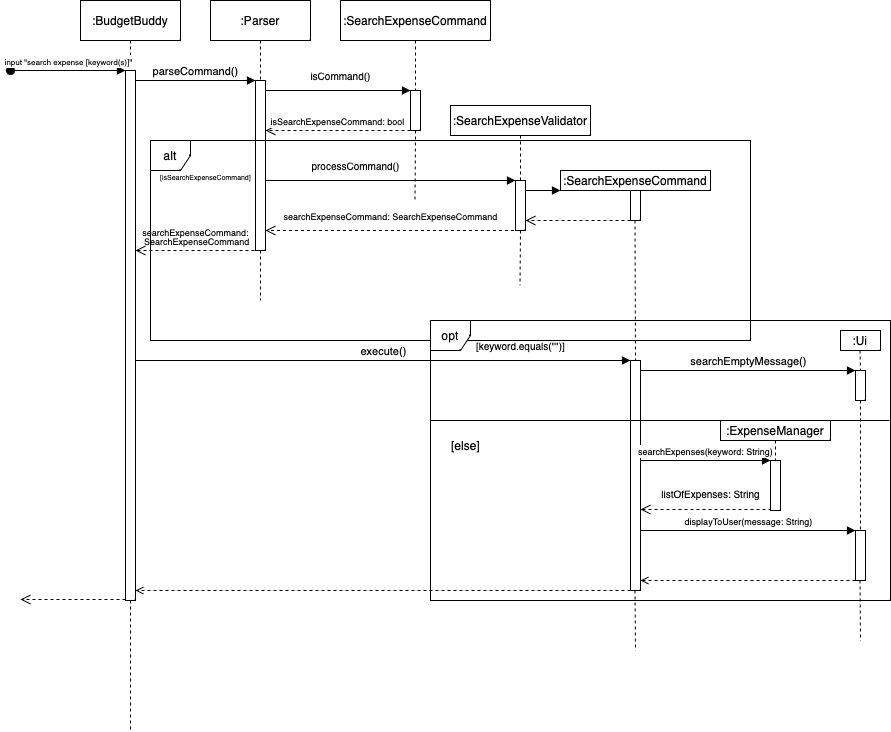
telferang/tp keeps this draw.io diagram as docs/diagrams/SearchExpenseSequenceDiagram.drawio.png. Above is the earlier version. Source tidied: cells renumbered, new cells last; positions are measured from the earlier drawing's top-left corner, leaving out a move shared by most shapes.
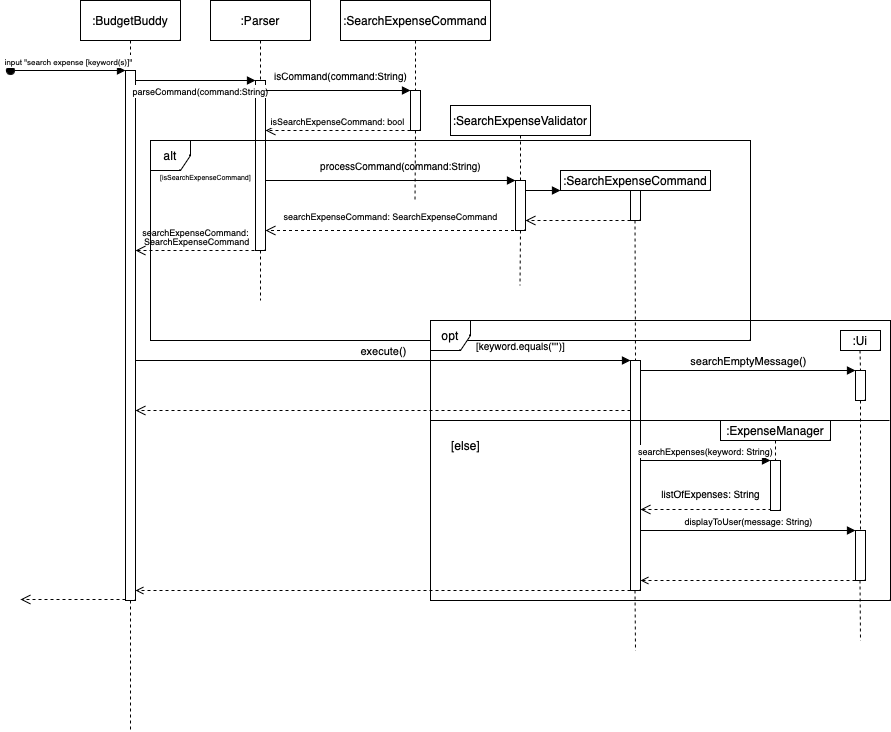
After the change.

Commit message:
Add documentation for display savings feature in DG Update SearchExpense sequence diagram

The edit, as a diff of the source:
```diff
@@ -14,8 +14,8 @@
     <mxCell id="5" style="html=1;points=[];perimeter=orthogonalPerimeter;outlineConnect=0;targetShapes=umlLifeline;portConstraint=eastwest;newEdgeStyle={&quot;edgeStyle&quot;:&quot;elbowEdgeStyle&quot;,&quot;elbow&quot;:&quot;vertical&quot;,&quot;curved&quot;:0,&quot;rounded&quot;:0};" parent="4" vertex="1">
       <mxGeometry x="45" y="70" width="10" height="530" as="geometry" />
     </mxCell>
-    <mxCell id="6" value="parseCommand()" style="html=1;verticalAlign=bottom;endArrow=block;edgeStyle=elbowEdgeStyle;elbow=horizontal;curved=0;rounded=0;" parent="1" edge="1" source="5" target="3">
-      <mxGeometry relative="1" as="geometry">
+    <mxCell id="6" value="&lt;font style=&quot;font-size: 9px;&quot;&gt;parseCommand(command:String)&lt;/font&gt;" style="html=1;verticalAlign=bottom;endArrow=block;edgeStyle=elbowEdgeStyle;elbow=horizontal;curved=0;rounded=0;" parent="1" edge="1" source="5" target="3">
+      <mxGeometry x="0.08" y="-20" relative="1" as="geometry">
         <Array as="points">
           <mxPoint x="210" y="80" />
         </Array>
@@ -64,8 +64,8 @@
     <mxCell id="16" style="endArrow=none;dashed=1;html=1;rounded=0;exitX=0.5;exitY=1;exitDx=0;exitDy=0;entryX=0.5;entryY=0;entryDx=0;entryDy=0;" parent="1" edge="1" source="7" target="15">
       <mxGeometry relative="1" as="geometry" />
     </mxCell>
-    <mxCell id="17" value="&lt;font style=&quot;font-size: 10px;&quot;&gt;isCommand()&lt;/font&gt;" style="text;html=1;align=center;verticalAlign=middle;strokeColor=none;fillColor=none;" parent="1" vertex="1">
-      <mxGeometry x="290" y="60" width="80" height="30" as="geometry" />
+    <mxCell id="17" value="&lt;font style=&quot;font-size: 10px;&quot;&gt;isCommand(command:String)&lt;/font&gt;" style="text;html=1;align=center;verticalAlign=middle;strokeColor=none;fillColor=none;" parent="1" vertex="1">
+      <mxGeometry x="250" y="60" width="160" height="30" as="geometry" />
     </mxCell>
     <mxCell id="18" value=":SearchExpenseValidator" style="rounded=0;whiteSpace=wrap;html=1;" parent="1" vertex="1">
       <mxGeometry x="440" y="105" width="140" height="30" as="geometry" />
@@ -87,8 +87,8 @@
         </Array>
       </mxGeometry>
     </mxCell>
-    <mxCell id="22" value="&lt;font style=&quot;font-size: 10px;&quot;&gt;processCommand()&lt;/font&gt;" style="text;html=1;align=center;verticalAlign=middle;strokeColor=none;fillColor=none;" parent="1" vertex="1">
-      <mxGeometry x="290" y="150" width="110" height="30" as="geometry" />
+    <mxCell id="22" value="&lt;font style=&quot;font-size: 10px;&quot;&gt;processCommand(command:String)&lt;/font&gt;" style="text;html=1;align=center;verticalAlign=middle;strokeColor=none;fillColor=none;" parent="1" vertex="1">
+      <mxGeometry x="300" y="150" width="180" height="30" as="geometry" />
     </mxCell>
     <mxCell id="23" value=":SearchExpenseCommand" style="rounded=0;whiteSpace=wrap;html=1;" parent="1" vertex="1">
       <mxGeometry x="550" y="170" width="150" height="20" as="geometry" />
@@ -281,5 +281,10 @@
     <mxCell id="57" value="[else]" style="text;html=1;align=center;verticalAlign=middle;strokeColor=none;fillColor=none;" parent="1" vertex="1">
       <mxGeometry x="430" y="430" width="50" height="30" as="geometry" />
     </mxCell>
+    <mxCell id="58" style="html=1;verticalAlign=bottom;endArrow=open;dashed=1;endSize=8;elbow=vertical;rounded=0;exitX=0;exitY=1;exitDx=0;exitDy=0;" parent="1" edge="1" target="5">
+      <mxGeometry relative="1" as="geometry">
+        <mxPoint x="620" y="410" as="sourcePoint" />
+      </mxGeometry>
+    </mxCell>
   </root>
 </mxGraphModel>
```
